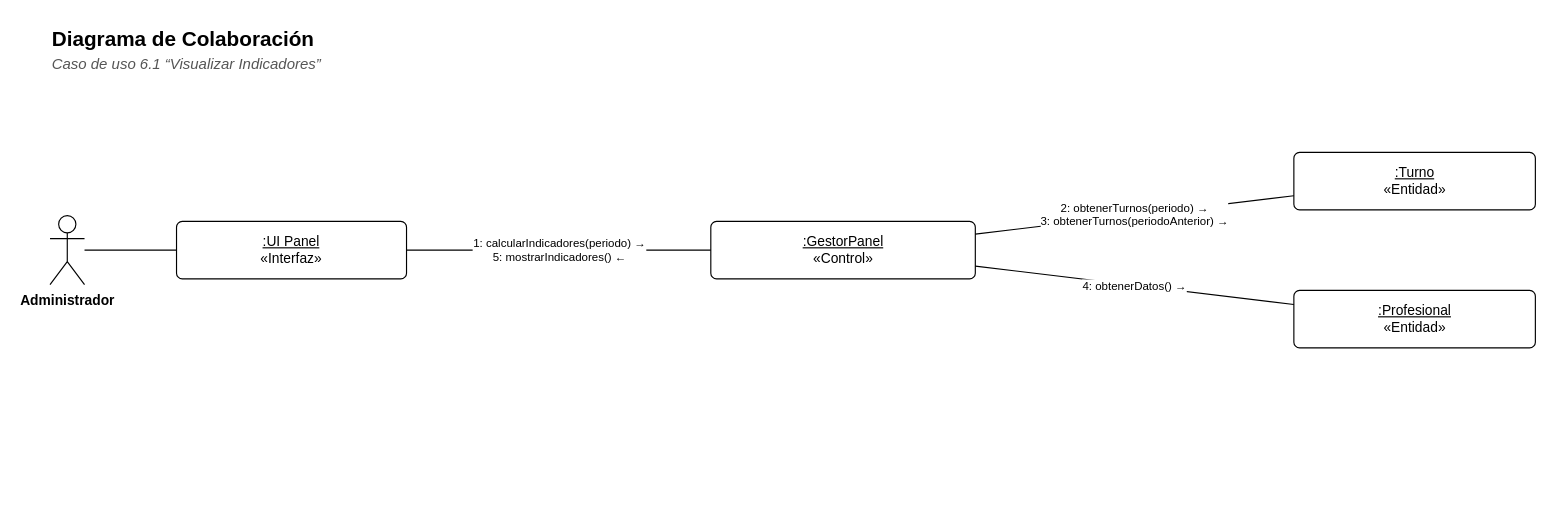
Earlier version of the draw.io diagram docs/diagramas/colaboracion-6-1.drawio (Matiglorioso/kineturnos). Source tidied: cells renumbered, new cells numbered last; positions are measured from the earlier drawing's top-left corner, leaving out a move shared by most shapes. Both pictures are drawn from the tidied source at 115%, with x=0, y=0 at pixel (49, 20).
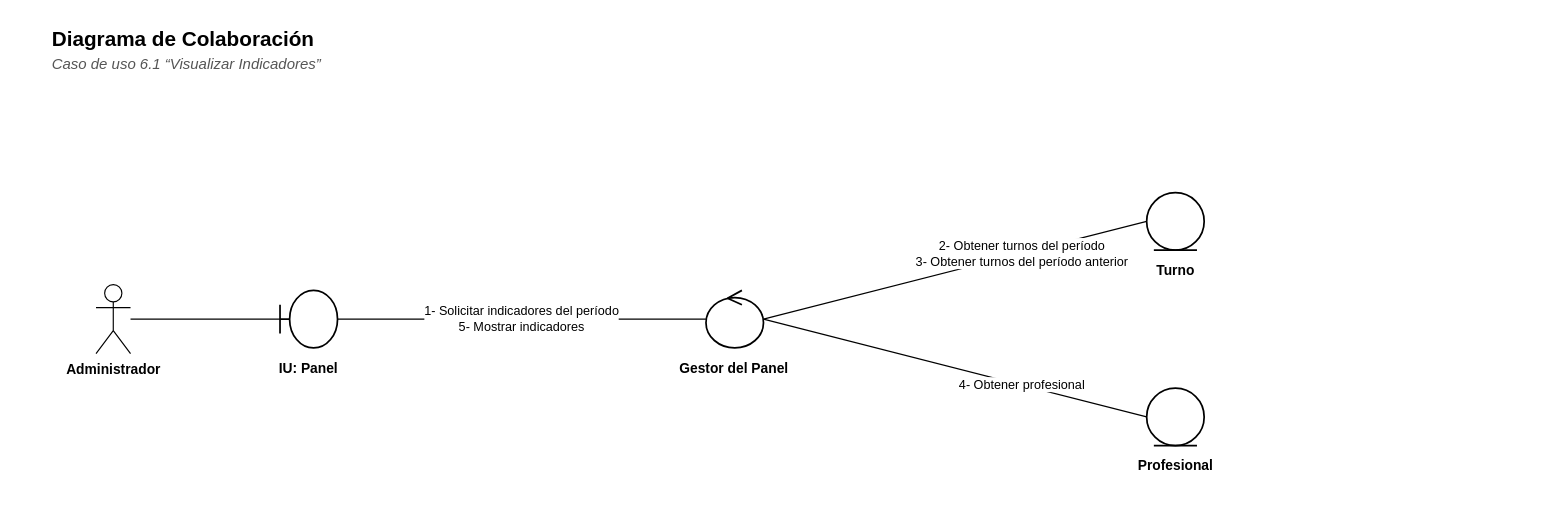
After the change.

The edit, as a diff of the source:
```diff
@@
 <mxGraphModel background="#FFFFFF">
   <root>
     <mxCell id="0" />
     <mxCell id="1" parent="0" />
     <mxCell id="2" value="&lt;b&gt;Diagrama de Colaboración&lt;/b&gt;" style="text;html=1;strokeColor=none;fillColor=none;align=left;verticalAlign=top;whiteSpace=wrap;fontFamily=Helvetica;fontSize=18;" parent="1" vertex="1">
       <mxGeometry width="900" height="26" as="geometry" />
     </mxCell>
     <mxCell id="3" value="&lt;i&gt;Caso de uso 6.1 “Visualizar Indicadores”&lt;/i&gt;" style="text;html=1;strokeColor=none;fillColor=none;align=left;verticalAlign=top;whiteSpace=wrap;fontFamily=Helvetica;fontSize=13;fontColor=#555555;" parent="1" vertex="1">
       <mxGeometry y="24" width="900" height="20" as="geometry" />
     </mxCell>
     <mxCell id="4" value="Administrador" style="shape=umlActor;verticalLabelPosition=bottom;verticalAlign=top;html=1;outlineConnect=0;fillColor=#FFFFFF;strokeColor=#000000;fontFamily=Helvetica;fontSize=12;fontStyle=1;" parent="1" vertex="1">
-      <mxGeometry y="170" width="30" height="60" as="geometry" />
+      <mxGeometry x="40" y="230" width="30" height="60" as="geometry" />
     </mxCell>
-    <mxCell id="5" value="&lt;u&gt;:UI Panel&lt;/u&gt;&lt;br&gt;«Interfaz»" style="rounded=0;whiteSpace=wrap;html=1;fillColor=#FFFFFF;strokeColor=#000000;fontFamily=Helvetica;fontSize=12;rounded=1;arcSize=10;" parent="1" vertex="1">
-      <mxGeometry x="110" y="175" width="200" height="50" as="geometry" />
+    <mxCell id="5" style="shape=umlBoundary;html=1;fillColor=#FFFFFF;strokeColor=#000000;strokeWidth=1.5;" parent="1" vertex="1">
+      <mxGeometry x="200" y="235" width="50" height="50" as="geometry" />
     </mxCell>
-    <mxCell id="6" value="&lt;u&gt;:GestorPanel&lt;/u&gt;&lt;br&gt;«Control»" style="rounded=0;whiteSpace=wrap;html=1;fillColor=#FFFFFF;strokeColor=#000000;fontFamily=Helvetica;fontSize=12;rounded=1;arcSize=10;" parent="1" vertex="1">
-      <mxGeometry x="574.6" y="175" width="230" height="50" as="geometry" />
+    <mxCell id="6" value="&lt;b&gt;IU: Panel&lt;/b&gt;" style="text;html=1;strokeColor=none;fillColor=none;align=left;verticalAlign=top;whiteSpace=wrap;fontFamily=Helvetica;align=center;fontSize=12;" parent="1" vertex="1">
+      <mxGeometry x="160" y="289" width="130" height="40" as="geometry" />
     </mxCell>
-    <mxCell id="7" value="&lt;u&gt;:Turno&lt;/u&gt;&lt;br&gt;«Entidad»" style="rounded=0;whiteSpace=wrap;html=1;fillColor=#FFFFFF;strokeColor=#000000;fontFamily=Helvetica;fontSize=12;rounded=1;arcSize=10;" parent="1" vertex="1">
-      <mxGeometry x="1081.6" y="115" width="210" height="50" as="geometry" />
+    <mxCell id="7" style="shape=umlControl;html=1;fillColor=#FFFFFF;strokeColor=#000000;strokeWidth=1.5;" parent="1" vertex="1">
+      <mxGeometry x="570.4" y="235" width="50" height="50" as="geometry" />
     </mxCell>
-    <mxCell id="8" value="&lt;u&gt;:Profesional&lt;/u&gt;&lt;br&gt;«Entidad»" style="rounded=0;whiteSpace=wrap;html=1;fillColor=#FFFFFF;strokeColor=#000000;fontFamily=Helvetica;fontSize=12;rounded=1;arcSize=10;" parent="1" vertex="1">
-      <mxGeometry x="1081.6" y="235" width="210" height="50" as="geometry" />
+    <mxCell id="8" value="&lt;b&gt;Gestor del Panel&lt;/b&gt;" style="text;html=1;strokeColor=none;fillColor=none;align=left;verticalAlign=top;whiteSpace=wrap;fontFamily=Helvetica;align=center;fontSize=12;" parent="1" vertex="1">
+      <mxGeometry x="530.4" y="289" width="130" height="40" as="geometry" />
     </mxCell>
-    <mxCell id="9" style="edgeStyle=none;html=1;endArrow=none;endFill=0;strokeColor=#000000;fontFamily=Helvetica;fontSize=11;labelBackgroundColor=#FFFFFF;" parent="1" edge="1" source="4" target="5">
-      <mxGeometry relative="1" as="geometry" />
+    <mxCell id="9" style="shape=umlEntity;html=1;fillColor=#FFFFFF;strokeColor=#000000;strokeWidth=1.5;" parent="1" vertex="1">
+      <mxGeometry x="953.6" y="150" width="50" height="50" as="geometry" />
     </mxCell>
-    <mxCell id="10" value="1: calcularIndicadores(periodo) →&lt;br&gt;5: mostrarIndicadores() ←" style="edgeStyle=none;html=1;endArrow=none;endFill=0;strokeColor=#000000;fontFamily=Helvetica;fontSize=11;labelBackgroundColor=#FFFFFF;fontSize=10;" parent="1" edge="1" source="6" target="5">
-      <mxGeometry relative="1" as="geometry" />
+    <mxCell id="10" value="&lt;b&gt;Turno&lt;/b&gt;" style="text;html=1;strokeColor=none;fillColor=none;align=left;verticalAlign=top;whiteSpace=wrap;fontFamily=Helvetica;align=center;fontSize=12;" parent="1" vertex="1">
+      <mxGeometry x="913.6" y="204" width="130" height="40" as="geometry" />
     </mxCell>
-    <mxCell id="11" value="2: obtenerTurnos(periodo) →&lt;br&gt;3: obtenerTurnos(periodoAnterior) →" style="edgeStyle=none;html=1;endArrow=none;endFill=0;strokeColor=#000000;fontFamily=Helvetica;fontSize=11;labelBackgroundColor=#FFFFFF;fontSize=10;" parent="1" edge="1" source="7" target="6">
-      <mxGeometry relative="1" as="geometry" />
+    <mxCell id="11" style="shape=umlEntity;html=1;fillColor=#FFFFFF;strokeColor=#000000;strokeWidth=1.5;" parent="1" vertex="1">
+      <mxGeometry x="953.6" y="320" width="50" height="50" as="geometry" />
     </mxCell>
-    <mxCell id="12" value="4: obtenerDatos() →" style="edgeStyle=none;html=1;endArrow=none;endFill=0;strokeColor=#000000;fontFamily=Helvetica;fontSize=11;labelBackgroundColor=#FFFFFF;fontSize=10;" parent="1" edge="1" source="8" target="6">
-      <mxGeometry relative="1" as="geometry" />
+    <mxCell id="12" value="&lt;b&gt;Profesional&lt;/b&gt;" style="text;html=1;strokeColor=none;fillColor=none;align=left;verticalAlign=top;whiteSpace=wrap;fontFamily=Helvetica;align=center;fontSize=12;" parent="1" vertex="1">
+      <mxGeometry x="913.6" y="374" width="130" height="40" as="geometry" />
     </mxCell>
+    <mxCell id="13" style="edgeStyle=none;html=1;endArrow=none;endFill=0;strokeColor=#000000;fontFamily=Helvetica;fontSize=11;labelBackgroundColor=#FFFFFF;" parent="1" edge="1" source="4" target="5">
+      <mxGeometry relative="1" as="geometry" />
+    </mxCell>
+    <mxCell id="14" value="1- Solicitar indicadores del período&lt;br&gt;5- Mostrar indicadores" style="edgeStyle=none;html=1;endArrow=none;endFill=0;strokeColor=#000000;fontFamily=Helvetica;fontSize=11;labelBackgroundColor=#FFFFFF;fontSize=11;exitX=1;exitY=0.5;exitDx=0;exitDy=0;entryX=0;entryY=0.5;entryDx=0;entryDy=0;" parent="1" edge="1" source="5" target="7">
+      <mxGeometry relative="1" as="geometry" />
+    </mxCell>
+    <mxCell id="15" value="2- Obtener turnos del período&lt;br&gt;3- Obtener turnos del período anterior" style="edgeStyle=none;html=1;endArrow=none;endFill=0;strokeColor=#000000;fontFamily=Helvetica;fontSize=11;labelBackgroundColor=#FFFFFF;fontSize=11;exitX=1;exitY=0.5;exitDx=0;exitDy=0;entryX=0;entryY=0.5;entryDx=0;entryDy=0;" parent="1" edge="1" source="7" target="9">
+      <mxGeometry x="0.35" relative="1" as="geometry" />
+    </mxCell>
+    <mxCell id="16" value="4- Obtener profesional" style="edgeStyle=none;html=1;endArrow=none;endFill=0;strokeColor=#000000;fontFamily=Helvetica;fontSize=11;labelBackgroundColor=#FFFFFF;fontSize=11;exitX=1;exitY=0.5;exitDx=0;exitDy=0;entryX=0;entryY=0.5;entryDx=0;entryDy=0;" parent="1" edge="1" source="7" target="11">
+      <mxGeometry x="0.35" relative="1" as="geometry" />
+    </mxCell>
   </root>
 </mxGraphModel>
```
